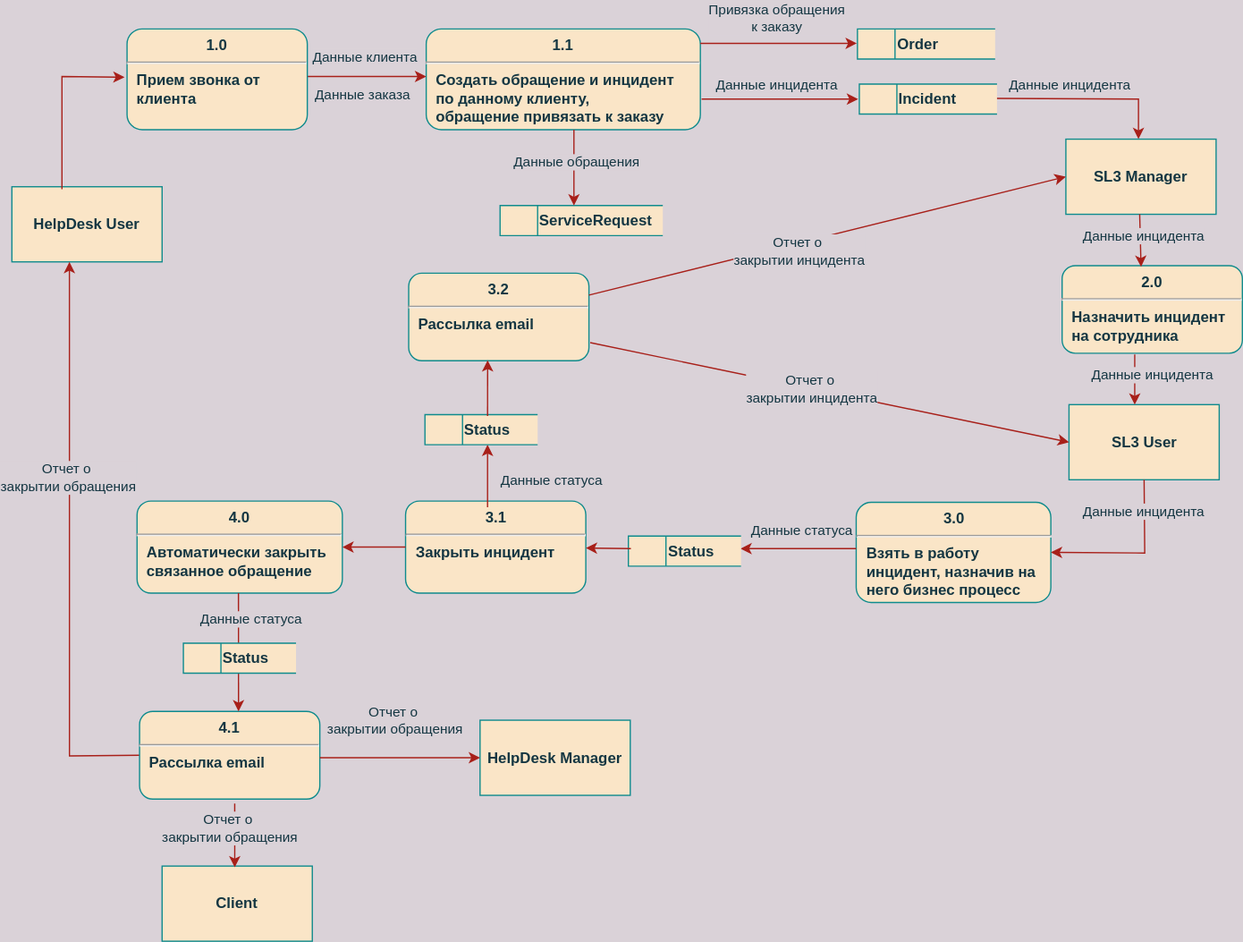
Before: dfd.svg, a diagram exported from draw.io (theotheo46/gb). Source tidied: cells renumbered, new cells last; positions are measured from the earlier drawing's top-left corner, leaving out a move shared by most shapes.
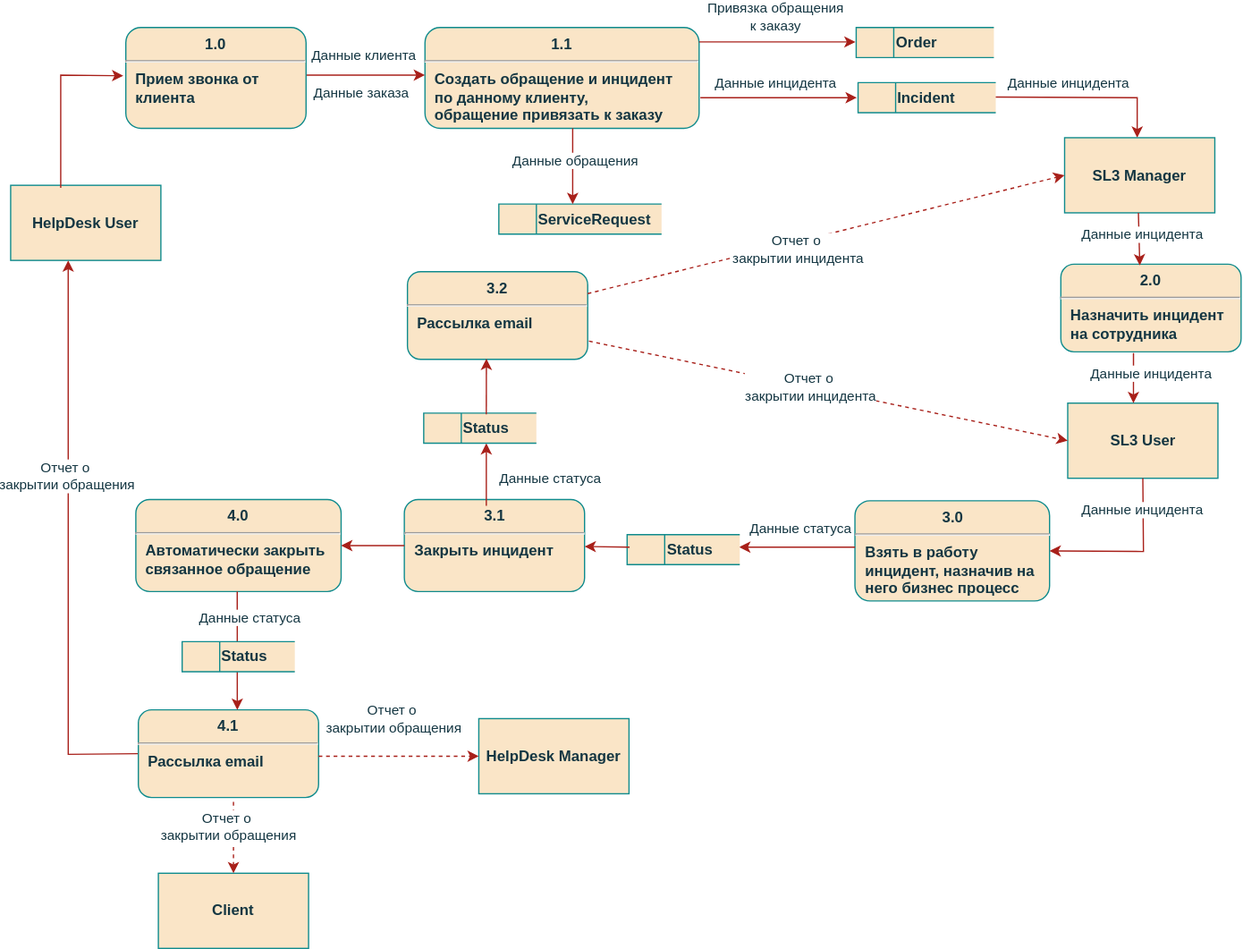
The same file after the commit.

What changed in the source:
```diff
@@ -1,11 +1,11 @@
-<mxGraphModel background="#DAD2D8">
+<mxGraphModel background="#FFFFFF">
   <root>
     <mxCell id="0" />
     <mxCell id="1" parent="0" />
     <mxCell id="2" value="&lt;p style=&quot;margin: 6px 0px 0px ; text-align: center&quot;&gt;&lt;b&gt;1.1&lt;/b&gt;&lt;/p&gt;&lt;hr&gt;&lt;p style=&quot;margin: 0px 0px 0px 8px&quot;&gt;&lt;b&gt;Создать обращение и инцидент&lt;/b&gt;&lt;/p&gt;&lt;p style=&quot;margin: 0px 0px 0px 8px&quot;&gt;&lt;b&gt;по данному клиенту,&lt;/b&gt;&lt;/p&gt;&lt;p style=&quot;margin: 0px 0px 0px 8px&quot;&gt;&lt;b&gt;обращение привязать к заказу&lt;/b&gt;&lt;/p&gt;" style="align=left;overflow=fill;html=1;fillColor=#FAE5C7;strokeColor=#0F8B8D;fontColor=#143642;rounded=1;" parent="1" vertex="1">
       <mxGeometry x="331" y="-0.5" width="219" height="80.5" as="geometry" />
     </mxCell>
-    <mxCell id="3" style="endArrow=classic;startArrow=none;html=1;rounded=0;startFill=0;strokeColor=#A8201A;fontColor=#143642;labelBackgroundColor=#DAD2D8;" parent="1" edge="1">
+    <mxCell id="3" style="endArrow=classic;startArrow=none;html=1;rounded=0;startFill=0;strokeColor=#A8201A;fontColor=#143642;labelBackgroundColor=#FFFFFF;" parent="1" edge="1">
       <mxGeometry relative="1" as="geometry">
         <mxPoint x="236" y="37.5" as="sourcePoint" />
         <mxPoint x="331" y="37.5" as="targetPoint" />
@@ -14,7 +14,7 @@
         </Array>
       </mxGeometry>
     </mxCell>
-    <mxCell id="4" value="Данные клиента" style="edgeLabel;html=1;align=center;verticalAlign=middle;fontColor=#143642;labelBackgroundColor=#DAD2D8;" parent="3" vertex="1">
+    <mxCell id="4" value="Данные клиента" style="edgeLabel;html=1;align=center;verticalAlign=middle;fontColor=#143642;labelBackgroundColor=#FFFFFF;" parent="3" vertex="1">
       <mxGeometry x="-0.15" y="2" relative="1" as="geometry">
         <mxPoint x="5" y="-14" as="offset" />
       </mxGeometry>
@@ -53,7 +53,7 @@
         </Array>
       </mxGeometry>
     </mxCell>
-    <mxCell id="12" value="Данные статуса" style="edgeLabel;html=1;align=center;verticalAlign=middle;fontColor=#143642;labelBackgroundColor=#DAD2D8;" parent="11" vertex="1">
+    <mxCell id="12" value="Данные статуса" style="edgeLabel;html=1;align=center;verticalAlign=middle;fontColor=#143642;labelBackgroundColor=#FFFFFF;" parent="11" vertex="1">
       <mxGeometry x="-0.15" y="2" relative="1" as="geometry">
         <mxPoint x="26" y="346" as="offset" />
       </mxGeometry>
@@ -78,7 +78,7 @@
         </Array>
       </mxGeometry>
     </mxCell>
-    <mxCell id="16" value="Данные инцидента" style="edgeLabel;html=1;align=center;verticalAlign=middle;fontColor=#143642;labelBackgroundColor=#DAD2D8;" parent="1" vertex="1">
+    <mxCell id="16" value="Данные инцидента" style="edgeLabel;html=1;align=center;verticalAlign=middle;fontColor=#143642;labelBackgroundColor=#FFFFFF;" parent="1" vertex="1">
       <mxGeometry x="844.5" y="43.5" as="geometry" />
     </mxCell>
     <mxCell id="17" style="endArrow=classic;html=1;rounded=0;strokeColor=#A8201A;fontColor=#143642;labelBackgroundColor=#DAD2D8;" parent="1" edge="1">
@@ -87,7 +87,7 @@
         <mxPoint x="582" y="414.5" as="targetPoint" />
       </mxGeometry>
     </mxCell>
-    <mxCell id="18" value="Данные инцидента" style="edgeLabel;html=1;align=center;verticalAlign=middle;fontColor=#143642;labelBackgroundColor=#DAD2D8;" parent="1" vertex="1">
+    <mxCell id="18" value="Данные инцидента" style="edgeLabel;html=1;align=center;verticalAlign=middle;fontColor=#143642;labelBackgroundColor=#FFFFFF;" parent="1" vertex="1">
       <mxGeometry x="610" y="43.5" as="geometry" />
     </mxCell>
     <mxCell id="19" value="&amp;nbsp; &amp;nbsp; &amp;nbsp; &amp;nbsp; &lt;b&gt;Status&lt;/b&gt;" style="html=1;dashed=0;whitespace=wrap;shape=mxgraph.dfd.dataStoreID;align=left;spacingLeft=3;fillColor=#FAE5C7;strokeColor=#0F8B8D;fontColor=#143642;" parent="1" vertex="1">
@@ -96,7 +96,7 @@
     <mxCell id="20" value="&lt;p style=&quot;margin: 6px 0px 0px ; text-align: center&quot;&gt;&lt;b&gt;3.1&lt;/b&gt;&lt;/p&gt;&lt;hr&gt;&lt;p style=&quot;margin: 0px 0px 0px 8px&quot;&gt;&lt;b&gt;Закрыть&amp;nbsp;&lt;/b&gt;&lt;b&gt;инцидент&lt;/b&gt;&lt;/p&gt;" style="align=left;overflow=fill;html=1;fillColor=#FAE5C7;strokeColor=#0F8B8D;fontColor=#143642;rounded=1;" parent="1" vertex="1">
       <mxGeometry x="314.5" y="376.5" width="144" height="73.5" as="geometry" />
     </mxCell>
-    <mxCell id="21" value="Данные статуса" style="edgeLabel;html=1;align=center;verticalAlign=middle;fontColor=#143642;labelBackgroundColor=#DAD2D8;" parent="1" vertex="1">
+    <mxCell id="21" value="Данные статуса" style="edgeLabel;html=1;align=center;verticalAlign=middle;fontColor=#143642;labelBackgroundColor=#FFFFFF;" parent="1" vertex="1">
       <mxGeometry x="430" y="359.5" as="geometry" />
     </mxCell>
     <mxCell id="22" style="endArrow=classic;html=1;rounded=0;strokeColor=#A8201A;fontColor=#143642;labelBackgroundColor=#DAD2D8;" parent="1" edge="1">
@@ -125,7 +125,7 @@
         <mxPoint x="901" y="147.5" as="sourcePoint" />
       </mxGeometry>
     </mxCell>
-    <mxCell id="28" value="Данные инцидента" style="edgeLabel;html=1;align=center;verticalAlign=middle;fontColor=#143642;labelBackgroundColor=#DAD2D8;" parent="1" vertex="1">
+    <mxCell id="28" value="Данные инцидента" style="edgeLabel;html=1;align=center;verticalAlign=middle;fontColor=#143642;labelBackgroundColor=#FFFFFF;" parent="1" vertex="1">
       <mxGeometry x="904" y="164.5" as="geometry" />
     </mxCell>
     <mxCell id="29" style="endArrow=classic;html=1;rounded=0;exitX=0.403;exitY=1.014;exitDx=0;exitDy=0;exitPerimeter=0;strokeColor=#A8201A;fontColor=#143642;labelBackgroundColor=#DAD2D8;" parent="1" edge="1" source="26">
@@ -133,10 +133,10 @@
         <mxPoint x="897" y="299.5" as="targetPoint" />
       </mxGeometry>
     </mxCell>
-    <mxCell id="30" value="Данные инцидента" style="edgeLabel;html=1;align=center;verticalAlign=middle;fontColor=#143642;labelBackgroundColor=#DAD2D8;" parent="1" vertex="1">
+    <mxCell id="30" value="Данные инцидента" style="edgeLabel;html=1;align=center;verticalAlign=middle;fontColor=#143642;labelBackgroundColor=#FFFFFF;" parent="1" vertex="1">
       <mxGeometry x="911" y="275.5" as="geometry" />
     </mxCell>
-    <mxCell id="31" value="Данные инцидента" style="edgeLabel;html=1;align=center;verticalAlign=middle;fontColor=#143642;labelBackgroundColor=#DAD2D8;" parent="1" vertex="1">
+    <mxCell id="31" value="Данные инцидента" style="edgeLabel;html=1;align=center;verticalAlign=middle;fontColor=#143642;labelBackgroundColor=#FFFFFF;" parent="1" vertex="1">
       <mxGeometry x="940" y="164.5" as="geometry">
         <mxPoint x="-36" y="220" as="offset" />
       </mxGeometry>
@@ -149,10 +149,10 @@
         <mxPoint x="380" y="308.5" as="sourcePoint" />
       </mxGeometry>
     </mxCell>
-    <mxCell id="34" style="endArrow=classic;html=1;rounded=0;exitX=1;exitY=0.25;exitDx=0;exitDy=0;entryX=0;entryY=0.5;entryDx=0;entryDy=0;strokeColor=#A8201A;fontColor=#143642;labelBackgroundColor=#DAD2D8;" parent="1" edge="1" source="32" target="25">
+    <mxCell id="34" style="endArrow=classic;html=1;rounded=0;exitX=1;exitY=0.25;exitDx=0;exitDy=0;entryX=0;entryY=0.5;entryDx=0;entryDy=0;strokeColor=#A8201A;fontColor=#143642;labelBackgroundColor=#DAD2D8;dashed=1;" parent="1" edge="1" source="32" target="25">
       <mxGeometry relative="1" as="geometry" />
     </mxCell>
-    <mxCell id="35" style="endArrow=classic;html=1;rounded=0;entryX=0;entryY=0.5;entryDx=0;entryDy=0;strokeColor=#A8201A;fontColor=#143642;labelBackgroundColor=#DAD2D8;" parent="1" edge="1" target="13">
+    <mxCell id="35" style="endArrow=classic;html=1;rounded=0;entryX=0;entryY=0.5;entryDx=0;entryDy=0;strokeColor=#A8201A;fontColor=#143642;labelBackgroundColor=#DAD2D8;dashed=1;" parent="1" edge="1" target="13">
       <mxGeometry relative="1" as="geometry">
         <mxPoint x="462" y="250" as="sourcePoint" />
       </mxGeometry>
@@ -163,7 +163,7 @@
         <mxPoint x="449" y="140.5" as="targetPoint" />
       </mxGeometry>
     </mxCell>
-    <mxCell id="37" value="Данные обращения" style="edgeLabel;html=1;align=center;verticalAlign=middle;fontColor=#143642;labelBackgroundColor=#DAD2D8;" parent="36" vertex="1">
+    <mxCell id="37" value="Данные обращения" style="edgeLabel;html=1;align=center;verticalAlign=middle;fontColor=#143642;labelBackgroundColor=#FFFFFF;" parent="36" vertex="1">
       <mxGeometry x="-0.16" y="-2" relative="1" as="geometry">
         <mxPoint x="3" as="offset" />
       </mxGeometry>
@@ -181,7 +181,7 @@
         </Array>
       </mxGeometry>
     </mxCell>
-    <mxCell id="41" value="Отчет о&amp;nbsp;&lt;br&gt;закрытии обращения" style="edgeLabel;html=1;align=center;verticalAlign=middle;fontColor=#143642;labelBackgroundColor=#DAD2D8;" parent="40" vertex="1">
+    <mxCell id="41" value="Отчет о&amp;nbsp;&lt;br&gt;закрытии обращения" style="edgeLabel;html=1;align=center;verticalAlign=middle;fontColor=#143642;labelBackgroundColor=#FFFFFF;" parent="40" vertex="1">
       <mxGeometry x="0.24" y="1" relative="1" as="geometry">
         <mxPoint y="1" as="offset" />
       </mxGeometry>
@@ -197,7 +197,7 @@
     <mxCell id="44" value="&lt;b&gt;HelpDesk Manager&lt;/b&gt;" style="rounded=0;whiteSpace=wrap;html=1;fillColor=#FAE5C7;strokeColor=#0F8B8D;fontColor=#143642;" parent="1" vertex="1">
       <mxGeometry x="374" y="551.5" width="120" height="60" as="geometry" />
     </mxCell>
-    <mxCell id="45" style="endArrow=classic;html=1;rounded=0;entryX=0;entryY=0.5;entryDx=0;entryDy=0;strokeColor=#A8201A;fontColor=#143642;labelBackgroundColor=#DAD2D8;" parent="1" edge="1" target="44">
+    <mxCell id="45" style="endArrow=classic;html=1;rounded=0;entryX=0;entryY=0.5;entryDx=0;entryDy=0;strokeColor=#A8201A;fontColor=#143642;labelBackgroundColor=#DAD2D8;dashed=1;" parent="1" edge="1" target="44">
       <mxGeometry relative="1" as="geometry">
         <mxPoint x="246" y="581.5" as="sourcePoint" />
       </mxGeometry>
@@ -205,7 +205,7 @@
     <mxCell id="46" value="&amp;nbsp; &amp;nbsp; &amp;nbsp; &amp;nbsp; &lt;b&gt;Order&lt;/b&gt;" style="html=1;dashed=0;whitespace=wrap;shape=mxgraph.dfd.dataStoreID;align=left;spacingLeft=3;fillColor=#FAE5C7;strokeColor=#0F8B8D;fontColor=#143642;" parent="1" vertex="1">
       <mxGeometry x="675.5" y="-0.5" width="110" height="24" as="geometry" />
     </mxCell>
-    <mxCell id="47" value="Данные заказа" style="edgeLabel;html=1;align=center;verticalAlign=middle;fontColor=#143642;labelBackgroundColor=#DAD2D8;" parent="1" vertex="1">
+    <mxCell id="47" value="Данные заказа" style="edgeLabel;html=1;align=center;verticalAlign=middle;fontColor=#143642;labelBackgroundColor=#FFFFFF;" parent="1" vertex="1">
       <mxGeometry x="279" y="51.5" as="geometry" />
     </mxCell>
     <mxCell id="48" style="endArrow=classic;startArrow=none;html=1;rounded=0;startFill=0;strokeColor=#A8201A;fontColor=#143642;labelBackgroundColor=#DAD2D8;" parent="1" edge="1">
@@ -217,34 +217,33 @@
         </Array>
       </mxGeometry>
     </mxCell>
-    <mxCell id="49" value="Привязка обращения &lt;br&gt;к заказу" style="edgeLabel;html=1;align=center;verticalAlign=middle;fontColor=#143642;labelBackgroundColor=#DAD2D8;" parent="48" vertex="1">
+    <mxCell id="49" value="Привязка обращения &lt;br&gt;к заказу" style="edgeLabel;html=1;align=center;verticalAlign=middle;fontColor=#143642;labelBackgroundColor=#FFFFFF;" parent="48" vertex="1">
       <mxGeometry x="-0.44" y="3" relative="1" as="geometry">
         <mxPoint x="25" y="-18" as="offset" />
       </mxGeometry>
     </mxCell>
     <mxCell id="50" value="&lt;b&gt;Client&lt;/b&gt;" style="rounded=0;whiteSpace=wrap;html=1;fillColor=#FAE5C7;strokeColor=#0F8B8D;fontColor=#143642;" parent="1" vertex="1">
-      <mxGeometry x="120" y="668" width="120" height="60" as="geometry" />
+      <mxGeometry x="118" y="675" width="120" height="60" as="geometry" />
     </mxCell>
-    <mxCell id="51" style="endArrow=classic;html=1;rounded=0;entryX=0.442;entryY=0.017;entryDx=0;entryDy=0;entryPerimeter=0;strokeColor=#A8201A;fontColor=#143642;labelBackgroundColor=#DAD2D8;" parent="1" edge="1">
+    <mxCell id="51" style="endArrow=classic;html=1;rounded=0;entryX=0.5;entryY=0;entryDx=0;entryDy=0;strokeColor=#A8201A;fontColor=#143642;labelBackgroundColor=#DAD2D8;dashed=1;" parent="1" edge="1" target="50">
       <mxGeometry relative="1" as="geometry">
         <mxPoint x="178" y="618" as="sourcePoint" />
-        <mxPoint x="178" y="669" as="targetPoint" />
       </mxGeometry>
     </mxCell>
-    <mxCell id="52" value="Отчет о&amp;nbsp;&lt;br&gt;закрытии обращения" style="edgeLabel;html=1;align=center;verticalAlign=middle;fontColor=#143642;labelBackgroundColor=#DAD2D8;" parent="1" vertex="1">
+    <mxCell id="52" value="Отчет о&amp;nbsp;&lt;br&gt;закрытии обращения" style="edgeLabel;html=1;align=center;verticalAlign=middle;fontColor=#143642;labelBackgroundColor=#FFFFFF;" parent="1" vertex="1">
       <mxGeometry x="174" y="638" as="geometry" />
     </mxCell>
-    <mxCell id="53" value="Отчет о&amp;nbsp;&lt;br&gt;закрытии обращения" style="edgeLabel;html=1;align=center;verticalAlign=middle;fontColor=#143642;labelBackgroundColor=#DAD2D8;" parent="1" vertex="1">
+    <mxCell id="53" value="Отчет о&amp;nbsp;&lt;br&gt;закрытии обращения" style="edgeLabel;html=1;align=center;verticalAlign=middle;fontColor=#143642;labelBackgroundColor=#FFFFFF;" parent="1" vertex="1">
       <mxGeometry x="80" y="368.5" as="geometry">
         <mxPoint x="226" y="183" as="offset" />
       </mxGeometry>
     </mxCell>
-    <mxCell id="54" value="Отчет о&amp;nbsp;&lt;br&gt;закрытии инцидента" style="edgeLabel;html=1;align=center;verticalAlign=middle;fontColor=#143642;labelBackgroundColor=#DAD2D8;" parent="1" vertex="1">
+    <mxCell id="54" value="Отчет о&amp;nbsp;&lt;br&gt;закрытии инцидента" style="edgeLabel;html=1;align=center;verticalAlign=middle;fontColor=#143642;labelBackgroundColor=#FFFFFF;" parent="1" vertex="1">
       <mxGeometry x="30" y="359.5" as="geometry">
         <mxPoint x="599" y="-183" as="offset" />
       </mxGeometry>
     </mxCell>
-    <mxCell id="55" value="Отчет о&amp;nbsp;&lt;br&gt;закрытии инцидента" style="edgeLabel;html=1;align=center;verticalAlign=middle;fontColor=#143642;labelBackgroundColor=#DAD2D8;" parent="1" vertex="1">
+    <mxCell id="55" value="Отчет о&amp;nbsp;&lt;br&gt;закрытии инцидента" style="edgeLabel;html=1;align=center;verticalAlign=middle;fontColor=#143642;labelBackgroundColor=#FFFFFF;" parent="1" vertex="1">
       <mxGeometry x="40" y="470" as="geometry">
         <mxPoint x="599" y="-183" as="offset" />
       </mxGeometry>
@@ -252,7 +251,7 @@
     <mxCell id="56" value="&amp;nbsp; &amp;nbsp; &amp;nbsp; &amp;nbsp; &lt;b&gt;Status&lt;/b&gt;" style="html=1;dashed=0;whitespace=wrap;shape=mxgraph.dfd.dataStoreID;align=left;spacingLeft=3;fillColor=#FAE5C7;strokeColor=#0F8B8D;fontColor=#143642;" parent="1" vertex="1">
       <mxGeometry x="137" y="490" width="90" height="24" as="geometry" />
     </mxCell>
-    <mxCell id="57" value="Данные статуса" style="edgeLabel;html=1;align=center;verticalAlign=middle;fontColor=#143642;labelBackgroundColor=#DAD2D8;" parent="1" vertex="1">
+    <mxCell id="57" value="Данные статуса" style="edgeLabel;html=1;align=center;verticalAlign=middle;fontColor=#143642;labelBackgroundColor=#FFFFFF;" parent="1" vertex="1">
       <mxGeometry x="190" y="470" as="geometry" />
     </mxCell>
   </root>
```
